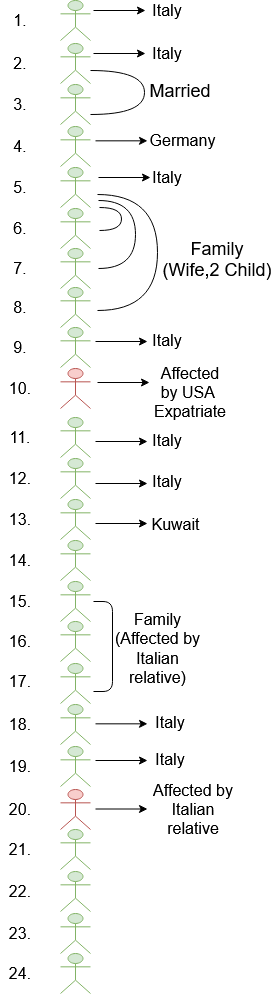
Above: assets/img/CoronaInfo.PNG in TeamTigers/coronainfobd (draw.io), before the change. Source tidied: cells renumbered, new cells last; positions are measured from the earlier drawing's top-left corner, leaving out a move shared by most shapes.
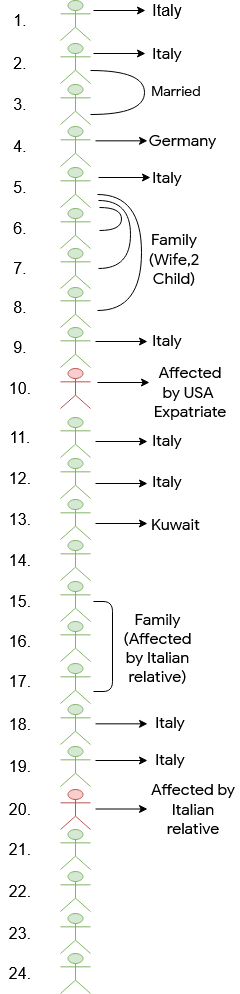
The same file after the commit.

Commit message:
change in mind map

Diff of the diagram source:
```diff
@@ -101,8 +101,8 @@
         <mxPoint x="98" y="268" as="sourcePoint" />
         <mxPoint x="98" y="200" as="targetPoint" />
         <Array as="points">
-          <mxPoint x="135" y="268" />
-          <mxPoint x="135" y="200" />
+          <mxPoint x="130" y="268" />
+          <mxPoint x="130" y="200" />
         </Array>
       </mxGeometry>
     </mxCell>
@@ -111,16 +111,16 @@
         <mxPoint x="97" y="310" as="sourcePoint" />
         <mxPoint x="97" y="194" as="targetPoint" />
         <Array as="points">
-          <mxPoint x="157" y="310" />
-          <mxPoint x="157" y="194" />
+          <mxPoint x="141" y="310" />
+          <mxPoint x="141" y="194" />
         </Array>
       </mxGeometry>
     </mxCell>
-    <mxCell id="33" value="&lt;font style=&quot;font-size: 18px&quot;&gt;Married&lt;/font&gt;" style="text;html=1;strokeColor=none;fillColor=none;align=center;verticalAlign=middle;whiteSpace=wrap;rounded=0;" parent="1" vertex="1">
-      <mxGeometry x="160" y="80" width="40" height="20" as="geometry" />
+    <mxCell id="33" value="&lt;font style=&quot;font-size: 14px;&quot;&gt;Married&lt;/font&gt;" style="text;html=1;strokeColor=none;fillColor=none;align=center;verticalAlign=middle;whiteSpace=wrap;rounded=0;fontFamily=Google Sans;fontSize=14;" parent="1" vertex="1">
+      <mxGeometry x="155.5" y="81" width="40" height="20" as="geometry" />
     </mxCell>
-    <mxCell id="34" value="&lt;div&gt;&lt;font style=&quot;font-size: 18px&quot;&gt;Family &lt;br&gt;&lt;/font&gt;&lt;/div&gt;&lt;div&gt;&lt;font style=&quot;font-size: 18px&quot;&gt;(Wife,2 Child)&lt;/font&gt;&lt;/div&gt;" style="text;html=1;strokeColor=none;fillColor=none;align=center;verticalAlign=middle;whiteSpace=wrap;rounded=0;" parent="1" vertex="1">
-      <mxGeometry x="160" y="235" width="114" height="48" as="geometry" />
+    <mxCell id="34" value="&lt;div style=&quot;font-size: 16px&quot;&gt;&lt;font style=&quot;font-size: 16px&quot;&gt;Family &lt;br&gt;&lt;/font&gt;&lt;/div&gt;&lt;div style=&quot;font-size: 16px&quot;&gt;&lt;font style=&quot;font-size: 16px&quot;&gt;(Wife,2 Child)&lt;/font&gt;&lt;/div&gt;" style="text;html=1;strokeColor=none;fillColor=none;align=center;verticalAlign=middle;whiteSpace=wrap;rounded=0;fontFamily=Google Sans;" parent="1" vertex="1">
+      <mxGeometry x="133" y="229" width="82" height="59" as="geometry" />
     </mxCell>
     <mxCell id="35" style="shape=umlActor;verticalLabelPosition=bottom;labelBackgroundColor=#ffffff;verticalAlign=top;html=1;fillColor=#d5e8d4;strokeColor=#82b366;" parent="1" vertex="1">
       <mxGeometry x="60" y="581" width="30" height="40" as="geometry" />
@@ -149,7 +149,7 @@
         </Array>
       </mxGeometry>
     </mxCell>
-    <mxCell id="42" value="&lt;div style=&quot;font-size: 16px&quot;&gt;&lt;font style=&quot;font-size: 16px&quot;&gt;Family &lt;br&gt;&lt;/font&gt;&lt;/div&gt;&lt;font style=&quot;font-size: 16px&quot;&gt;(Affected by Italian relative)&lt;/font&gt;" style="text;html=1;strokeColor=none;fillColor=none;align=center;verticalAlign=middle;whiteSpace=wrap;rounded=0;" parent="1" vertex="1">
+    <mxCell id="42" value="&lt;div style=&quot;font-size: 16px&quot;&gt;&lt;font style=&quot;font-size: 16px&quot;&gt;Family &lt;br&gt;&lt;/font&gt;&lt;/div&gt;&lt;font style=&quot;font-size: 16px&quot;&gt;(Affected by Italian relative)&lt;/font&gt;" style="text;html=1;strokeColor=none;fillColor=none;align=center;verticalAlign=middle;whiteSpace=wrap;rounded=0;fontFamily=Google Sans;" parent="1" vertex="1">
       <mxGeometry x="112" y="607" width="91" height="81.5" as="geometry" />
     </mxCell>
     <mxCell id="43" style="shape=umlActor;verticalLabelPosition=bottom;labelBackgroundColor=#ffffff;verticalAlign=top;html=1;fillColor=#d5e8d4;strokeColor=#82b366;" parent="1" vertex="1">
@@ -170,13 +170,13 @@
         <mxPoint x="145" y="53" as="targetPoint" />
       </mxGeometry>
     </mxCell>
-    <mxCell id="47" value="&lt;font style=&quot;font-size: 16px&quot;&gt;Italy&lt;/font&gt;" style="text;html=1;strokeColor=none;fillColor=none;align=center;verticalAlign=middle;whiteSpace=wrap;rounded=0;" parent="1" vertex="1">
+    <mxCell id="47" value="&lt;font style=&quot;font-size: 16px&quot;&gt;Italy&lt;/font&gt;" style="text;html=1;strokeColor=none;fillColor=none;align=center;verticalAlign=middle;whiteSpace=wrap;rounded=0;fontFamily=Google Sans;" parent="1" vertex="1">
       <mxGeometry x="147" y="43" width="40" height="20" as="geometry" />
     </mxCell>
     <mxCell id="48" value="&lt;font style=&quot;font-size: 16px&quot;&gt;Italy&lt;/font&gt;" style="text;html=1;strokeColor=none;fillColor=none;align=center;verticalAlign=middle;whiteSpace=wrap;rounded=0;" parent="1" vertex="1">
       <mxGeometry x="147" width="40" height="20" as="geometry" />
     </mxCell>
-    <mxCell id="49" value="&lt;font style=&quot;font-size: 16px&quot;&gt;Italy&lt;/font&gt;" style="text;html=1;strokeColor=none;fillColor=none;align=center;verticalAlign=middle;whiteSpace=wrap;rounded=0;" parent="1" vertex="1">
+    <mxCell id="49" value="&lt;font style=&quot;font-size: 16px&quot;&gt;Italy&lt;/font&gt;" style="text;html=1;strokeColor=none;fillColor=none;align=center;verticalAlign=middle;whiteSpace=wrap;rounded=0;fontFamily=Google Sans;" parent="1" vertex="1">
       <mxGeometry x="147" y="167" width="40" height="20" as="geometry" />
     </mxCell>
     <mxCell id="50" style="endArrow=classic;html=1;" parent="1" edge="1">
@@ -191,7 +191,7 @@
         <mxPoint x="150" y="177" as="targetPoint" />
       </mxGeometry>
     </mxCell>
-    <mxCell id="52" value="&lt;font style=&quot;font-size: 16px&quot;&gt;Germany&lt;/font&gt;" style="text;html=1;strokeColor=none;fillColor=none;align=center;verticalAlign=middle;whiteSpace=wrap;rounded=0;" parent="1" vertex="1">
+    <mxCell id="52" value="&lt;font style=&quot;font-size: 16px&quot;&gt;Germany&lt;/font&gt;" style="text;html=1;strokeColor=none;fillColor=none;align=center;verticalAlign=middle;whiteSpace=wrap;rounded=0;fontFamily=Google Sans;" parent="1" vertex="1">
       <mxGeometry x="150" y="130" width="65" height="20" as="geometry" />
     </mxCell>
     <mxCell id="53" style="endArrow=classic;html=1;" parent="1" edge="1">
@@ -200,7 +200,7 @@
         <mxPoint x="147" y="341" as="targetPoint" />
       </mxGeometry>
     </mxCell>
-    <mxCell id="54" value="&lt;font style=&quot;font-size: 16px&quot;&gt;Italy&lt;/font&gt;" style="text;html=1;strokeColor=none;fillColor=none;align=center;verticalAlign=middle;whiteSpace=wrap;rounded=0;" parent="1" vertex="1">
+    <mxCell id="54" value="&lt;font style=&quot;font-size: 16px&quot;&gt;Italy&lt;/font&gt;" style="text;html=1;strokeColor=none;fillColor=none;align=center;verticalAlign=middle;whiteSpace=wrap;rounded=0;fontFamily=Google Sans;" parent="1" vertex="1">
       <mxGeometry x="147" y="330" width="40" height="20" as="geometry" />
     </mxCell>
     <mxCell id="55" style="endArrow=classic;html=1;" parent="1" edge="1">
@@ -209,7 +209,7 @@
         <mxPoint x="149" y="382" as="targetPoint" />
       </mxGeometry>
     </mxCell>
-    <mxCell id="56" value="&lt;font style=&quot;font-size: 16px&quot;&gt;Affected by USA&amp;nbsp; Expatriate&lt;br&gt;&lt;/font&gt;" style="text;html=1;strokeColor=none;fillColor=none;align=center;verticalAlign=middle;whiteSpace=wrap;rounded=0;" parent="1" vertex="1">
+    <mxCell id="56" value="&lt;font style=&quot;font-size: 16px&quot;&gt;Affected by USA&amp;nbsp; Expatriate&lt;br&gt;&lt;/font&gt;" style="text;html=1;strokeColor=none;fillColor=none;align=center;verticalAlign=middle;whiteSpace=wrap;rounded=0;fontFamily=Google Sans;" parent="1" vertex="1">
       <mxGeometry x="150" y="372" width="80" height="40" as="geometry" />
     </mxCell>
     <mxCell id="57" style="endArrow=classic;html=1;" parent="1" edge="1">
@@ -218,7 +218,7 @@
         <mxPoint x="147" y="441" as="targetPoint" />
       </mxGeometry>
     </mxCell>
-    <mxCell id="58" value="&lt;font style=&quot;font-size: 16px&quot;&gt;Italy&lt;/font&gt;" style="text;html=1;strokeColor=none;fillColor=none;align=center;verticalAlign=middle;whiteSpace=wrap;rounded=0;" parent="1" vertex="1">
+    <mxCell id="58" value="&lt;font style=&quot;font-size: 16px&quot;&gt;Italy&lt;/font&gt;" style="text;html=1;strokeColor=none;fillColor=none;align=center;verticalAlign=middle;whiteSpace=wrap;rounded=0;fontFamily=Google Sans;" parent="1" vertex="1">
       <mxGeometry x="147" y="430" width="40" height="20" as="geometry" />
     </mxCell>
     <mxCell id="59" style="endArrow=classic;html=1;" parent="1" edge="1">
@@ -227,7 +227,7 @@
         <mxPoint x="147" y="483" as="targetPoint" />
       </mxGeometry>
     </mxCell>
-    <mxCell id="60" value="&lt;font style=&quot;font-size: 16px&quot;&gt;Italy&lt;/font&gt;" style="text;html=1;strokeColor=none;fillColor=none;align=center;verticalAlign=middle;whiteSpace=wrap;rounded=0;" parent="1" vertex="1">
+    <mxCell id="60" value="&lt;font style=&quot;font-size: 16px&quot;&gt;Italy&lt;/font&gt;" style="text;html=1;strokeColor=none;fillColor=none;align=center;verticalAlign=middle;whiteSpace=wrap;rounded=0;fontFamily=Google Sans;" parent="1" vertex="1">
       <mxGeometry x="147" y="471" width="40" height="20" as="geometry" />
     </mxCell>
     <mxCell id="61" style="endArrow=classic;html=1;" parent="1" edge="1">
@@ -236,7 +236,7 @@
         <mxPoint x="147" y="523" as="targetPoint" />
       </mxGeometry>
     </mxCell>
-    <mxCell id="62" value="&lt;font style=&quot;font-size: 16px&quot;&gt;Kuwait&lt;/font&gt;" style="text;html=1;strokeColor=none;fillColor=none;align=center;verticalAlign=middle;whiteSpace=wrap;rounded=0;" parent="1" vertex="1">
+    <mxCell id="62" value="&lt;font style=&quot;font-size: 16px&quot;&gt;Kuwait&lt;/font&gt;" style="text;html=1;strokeColor=none;fillColor=none;align=center;verticalAlign=middle;whiteSpace=wrap;rounded=0;fontFamily=Google Sans;FType=g;" parent="1" vertex="1">
       <mxGeometry x="150" y="514" width="51" height="20" as="geometry" />
     </mxCell>
     <mxCell id="63" style="endArrow=classic;html=1;" parent="1" edge="1">
@@ -245,7 +245,7 @@
         <mxPoint x="147" y="723.3" as="targetPoint" />
       </mxGeometry>
     </mxCell>
-    <mxCell id="64" value="&lt;font style=&quot;font-size: 16px&quot;&gt;Italy&lt;/font&gt;" style="text;html=1;strokeColor=none;fillColor=none;align=center;verticalAlign=middle;whiteSpace=wrap;rounded=0;" parent="1" vertex="1">
+    <mxCell id="64" value="&lt;font style=&quot;font-size: 16px&quot;&gt;Italy&lt;/font&gt;" style="text;html=1;strokeColor=none;fillColor=none;align=center;verticalAlign=middle;whiteSpace=wrap;rounded=0;fontFamily=Google Sans;" parent="1" vertex="1">
       <mxGeometry x="150" y="712" width="40" height="20" as="geometry" />
     </mxCell>
     <mxCell id="65" style="endArrow=none;html=1;edgeStyle=orthogonalEdgeStyle;curved=1;" parent="1" edge="1">
@@ -283,10 +283,10 @@
         <mxPoint x="147" y="760" as="targetPoint" />
       </mxGeometry>
     </mxCell>
-    <mxCell id="72" value="&lt;font style=&quot;font-size: 16px&quot;&gt;Italy&lt;/font&gt;" style="text;html=1;strokeColor=none;fillColor=none;align=center;verticalAlign=middle;whiteSpace=wrap;rounded=0;" parent="1" vertex="1">
+    <mxCell id="72" value="&lt;font style=&quot;font-size: 16px&quot;&gt;Italy&lt;/font&gt;" style="text;html=1;strokeColor=none;fillColor=none;align=center;verticalAlign=middle;whiteSpace=wrap;rounded=0;fontFamily=Google Sans;" parent="1" vertex="1">
       <mxGeometry x="150" y="749" width="40" height="20" as="geometry" />
     </mxCell>
-    <mxCell id="73" value="&lt;font style=&quot;font-size: 16px&quot;&gt;Affected by Italian relative&lt;/font&gt;" style="text;html=1;strokeColor=none;fillColor=none;align=center;verticalAlign=middle;whiteSpace=wrap;rounded=0;" parent="1" vertex="1">
+    <mxCell id="73" value="&lt;font style=&quot;font-size: 16px&quot;&gt;Affected by Italian relative&lt;/font&gt;" style="text;html=1;strokeColor=none;fillColor=none;align=center;verticalAlign=middle;whiteSpace=wrap;rounded=0;fontFamily=Google Sans;" parent="1" vertex="1">
       <mxGeometry x="147" y="780.5" width="92" height="57" as="geometry" />
     </mxCell>
     <mxCell id="74" style="shape=umlActor;verticalLabelPosition=bottom;labelBackgroundColor=#ffffff;verticalAlign=top;html=1;fillColor=#d5e8d4;strokeColor=#82b366;" parent="1" vertex="1">
@@ -313,7 +313,7 @@
     <mxCell id="81" value="&lt;font style=&quot;font-size: 16px&quot;&gt;23.&lt;/font&gt;" style="text;html=1;strokeColor=none;fillColor=none;align=center;verticalAlign=middle;whiteSpace=wrap;rounded=0;" parent="1" vertex="1">
       <mxGeometry y="923" width="40" height="20" as="geometry" />
     </mxCell>
-    <mxCell id="82" style="edgeStyle=orthogonalEdgeStyle;rounded=0;orthogonalLoop=1;jettySize=auto;html=1;exitX=0.5;exitY=1;exitDx=0;exitDy=0;" parent="1" edge="1" source="33" target="33">
+    <mxCell id="82" style="edgeStyle=orthogonalEdgeStyle;rounded=0;orthogonalLoop=1;jettySize=auto;html=1;exitX=0.5;exitY=1;exitDx=0;exitDy=0;fontFamily=Google Sans;" parent="1" edge="1" source="33" target="33">
       <mxGeometry relative="1" as="geometry" />
     </mxCell>
   </root>
```
